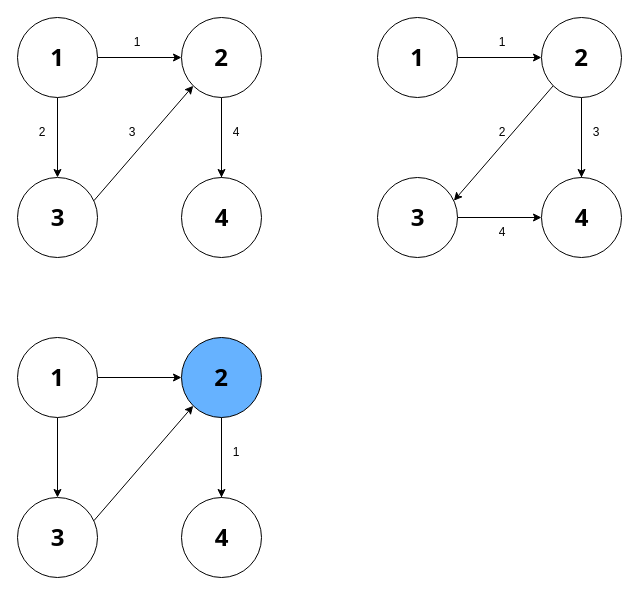
Above: R3_T04_Graf_05_Obilazak_DFS.drawio in draganilicnis/R3_T04_Graf_05_Obilazak_DFS (draw.io), before the change. Source tidied: cells renumbered, new cells numbered last; positions are measured from the earlier drawing's top-left corner, leaving out a move shared by most shapes. Both pictures are drawn from the tidied source at 100%, with x=0, y=0 at pixel (17, 17).
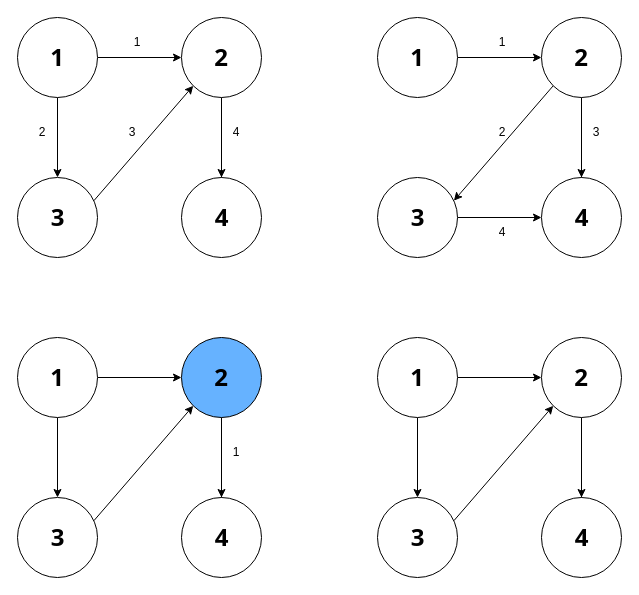
The same page after the edit.

The edit, as a diff of the source:
```diff
@@
+    <mxCell id="50" style="edgeStyle=orthogonalEdgeStyle;rounded=0;jettySize=auto;html=1;exitX=0.5;exitY=1;exitDx=0;exitDy=0;entryX=0.5;entryY=0;entryDx=0;entryDy=0;" parent="1" edge="1" source="53" target="55">
+      <mxGeometry relative="1" as="geometry" />
+    </mxCell>
+    <mxCell id="51" style="rounded=0;jettySize=auto;html=1;exitX=0.955;exitY=0.29;exitDx=0;exitDy=0;entryX=0;entryY=1;entryDx=0;entryDy=0;exitPerimeter=0;" parent="1" edge="1" source="61" target="53">
+      <mxGeometry relative="1" as="geometry" />
+    </mxCell>
+    <mxCell id="52" style="rounded=0;jettySize=auto;html=1;" parent="1" edge="1" source="53" target="56">
+      <mxGeometry relative="1" as="geometry" />
+    </mxCell>
+    <mxCell id="53" style="ellipse;whiteSpace=wrap;html=1;" parent="1" vertex="1">
+      <mxGeometry x="524" y="320" width="80" height="80" as="geometry" />
+    </mxCell>
+    <mxCell id="54" value="&lt;font face=&quot;Tahoma&quot; style=&quot;font-size: 24px;&quot;&gt;2&lt;/font&gt;" style="text;strokeColor=none;align=center;fillColor=none;html=1;verticalAlign=middle;whiteSpace=wrap;rounded=0;fontStyle=1;fontSize=20;" parent="1" vertex="1">
+      <mxGeometry x="534" y="347.5" width="60" height="25" as="geometry" />
+    </mxCell>
+    <mxCell id="55" style="ellipse;whiteSpace=wrap;html=1;" parent="1" vertex="1">
+      <mxGeometry x="524" y="480" width="80" height="80" as="geometry" />
+    </mxCell>
+    <mxCell id="56" value="&lt;font style=&quot;font-size: 24px;&quot; face=&quot;Tahoma&quot;&gt;4&lt;/font&gt;" style="text;html=1;align=center;verticalAlign=middle;points=[];strokeColor=none;fillColor=none;fontStyle=1;fontSize=20;" parent="1" vertex="1">
+      <mxGeometry x="544" y="500" width="40" height="40" as="geometry" />
+    </mxCell>
+    <mxCell id="57" style="rounded=0;jettySize=auto;html=1;entryX=0;entryY=0.5;entryDx=0;entryDy=0;" parent="1" edge="1" source="59" target="53">
+      <mxGeometry relative="1" as="geometry" />
+    </mxCell>
+    <mxCell id="58" style="rounded=0;jettySize=auto;html=1;exitX=0.5;exitY=1;exitDx=0;exitDy=0;entryX=0.5;entryY=0;entryDx=0;entryDy=0;" parent="1" edge="1" source="59" target="61">
+      <mxGeometry relative="1" as="geometry" />
+    </mxCell>
+    <mxCell id="59" style="ellipse;whiteSpace=wrap;html=1;" parent="1" vertex="1">
+      <mxGeometry x="360" y="320" width="80" height="80" as="geometry" />
+    </mxCell>
+    <mxCell id="60" value="&lt;font style=&quot;font-size: 24px;&quot; face=&quot;Tahoma&quot;&gt;1&lt;/font&gt;" style="text;strokeColor=none;align=center;fillColor=none;html=1;verticalAlign=middle;whiteSpace=wrap;rounded=0;fontStyle=1;fontSize=20;" parent="1" vertex="1">
+      <mxGeometry x="370" y="347.5" width="60" height="25" as="geometry" />
+    </mxCell>
+    <mxCell id="61" style="ellipse;whiteSpace=wrap;html=1;" parent="1" vertex="1">
+      <mxGeometry x="360" y="480" width="80" height="80" as="geometry" />
+    </mxCell>
+    <mxCell id="62" value="&lt;font face=&quot;Tahoma&quot; style=&quot;font-size: 24px;&quot;&gt;3&lt;/font&gt;" style="text;html=1;align=center;verticalAlign=middle;strokeColor=none;fillColor=none;fontStyle=1;fontSize=20;" parent="1" vertex="1">
+      <mxGeometry x="380" y="500" width="40" height="40" as="geometry" />
+    </mxCell>
```
